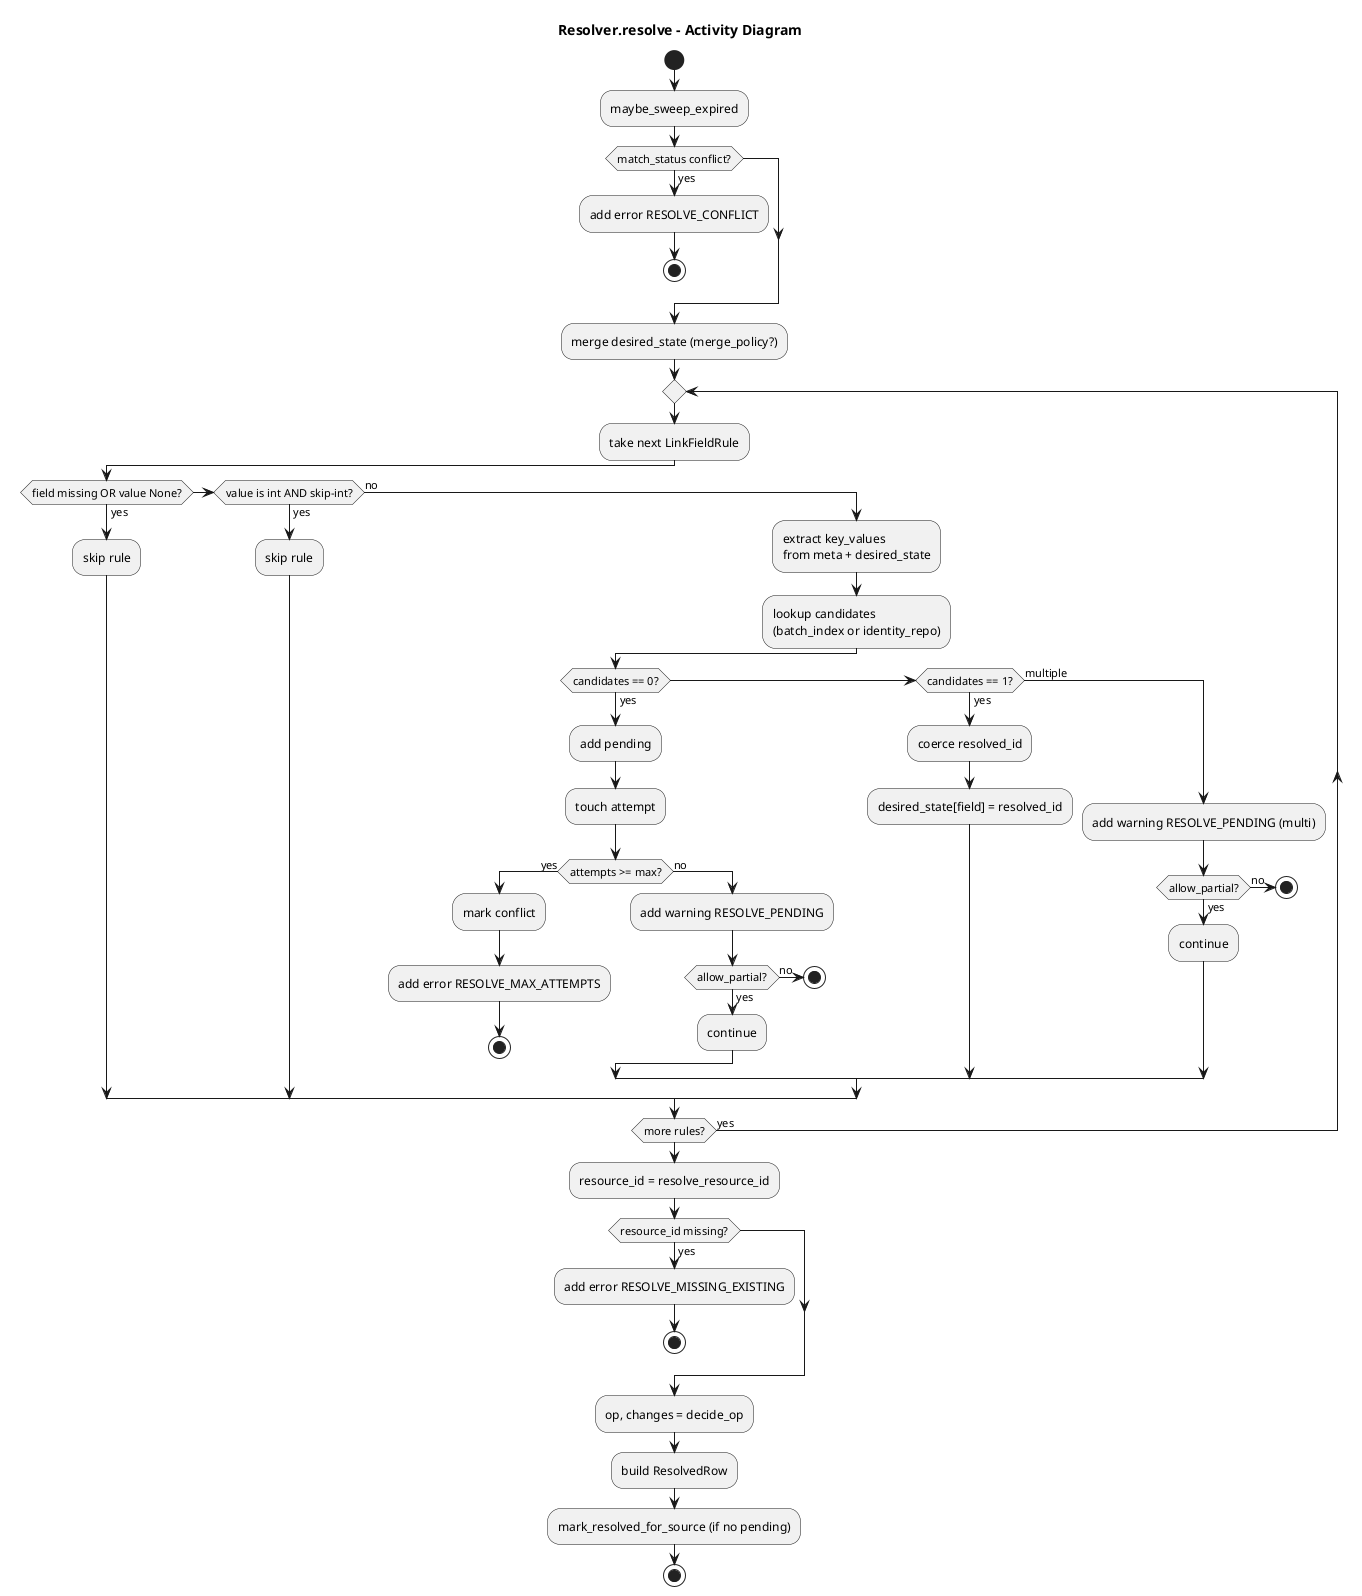
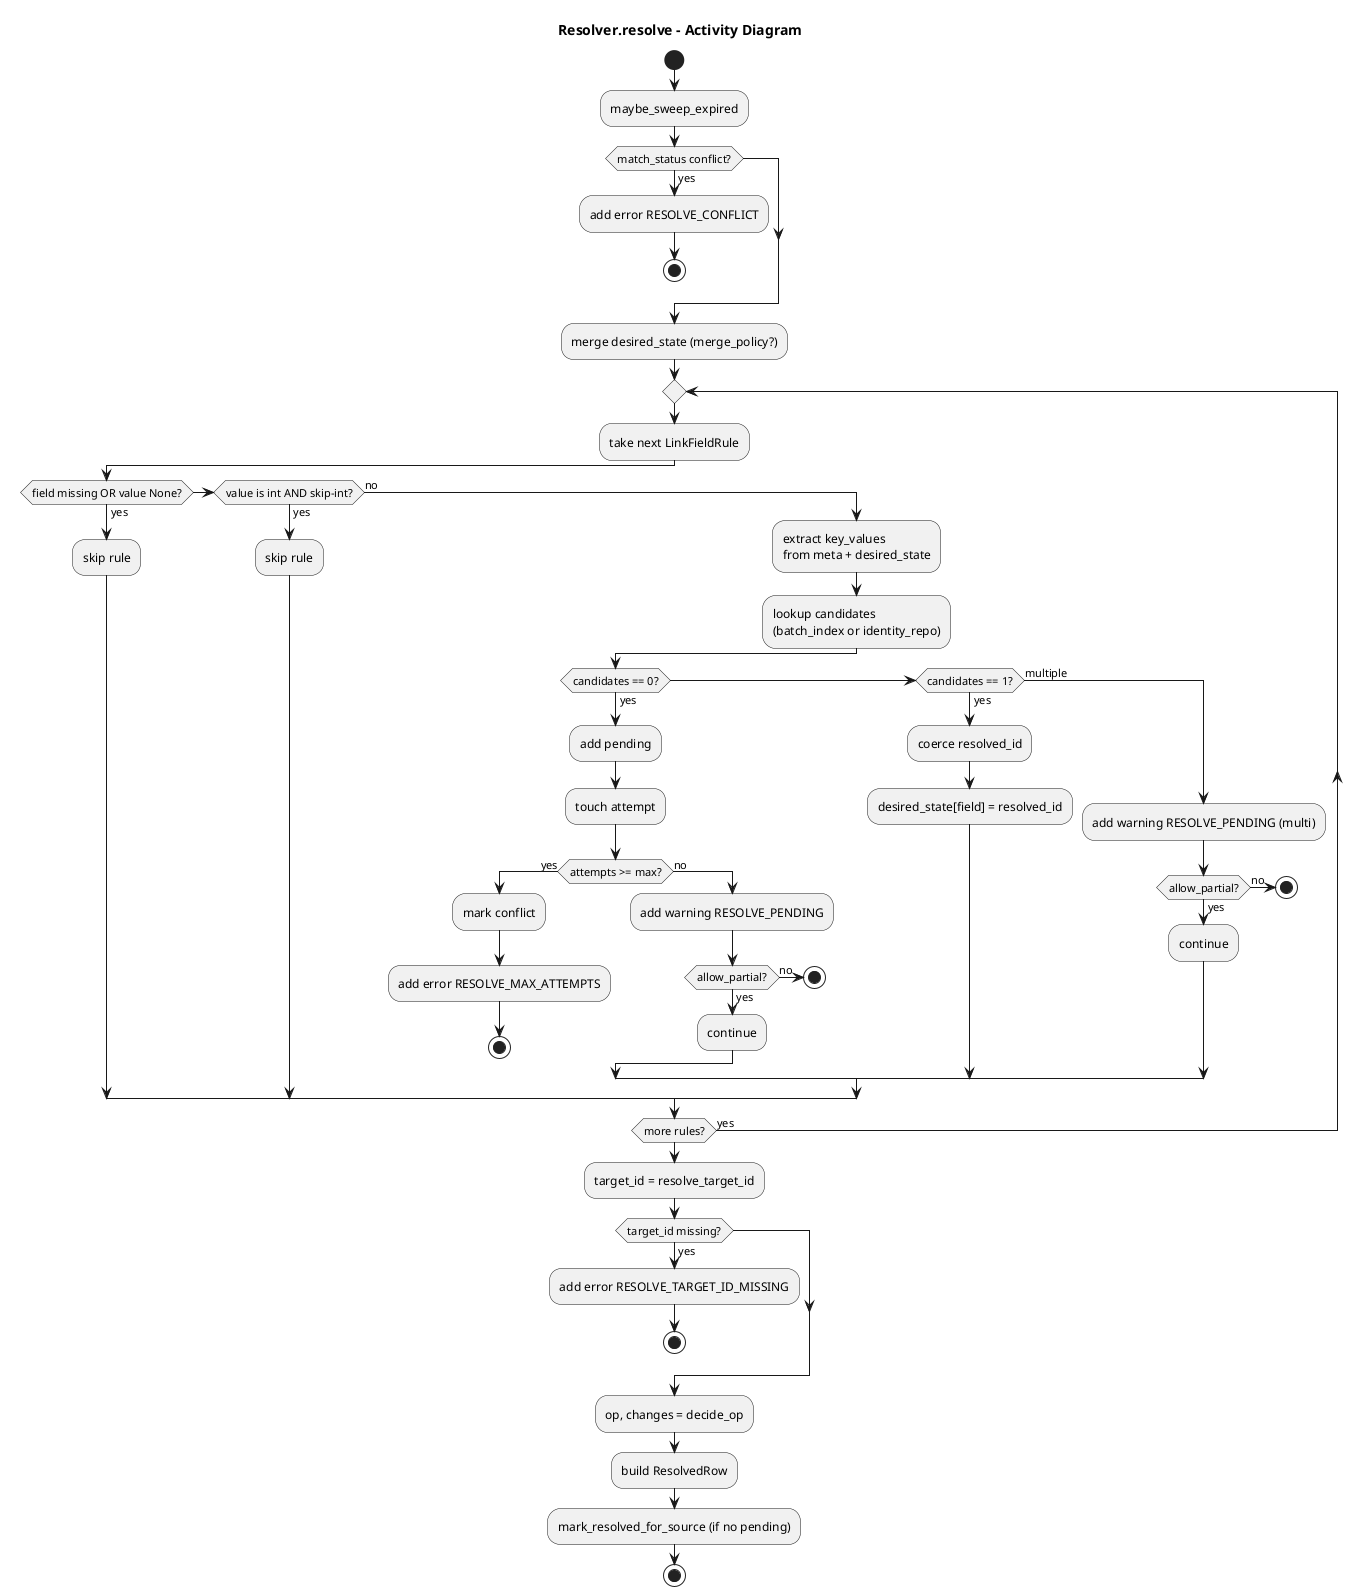
@startuml
title Resolver.resolve - Activity Diagram

start
:maybe_sweep_expired;

if (match_status conflict?) then (yes)
  :add error RESOLVE_CONFLICT;
  stop
endif

:merge desired_state (merge_policy?);

repeat
  :take next LinkFieldRule;
  if (field missing OR value None?) then (yes)
    :skip rule;
  elseif (value is int AND skip-int?) then (yes)
    :skip rule;
  else (no)
    :extract key_values
from meta + desired_state;
    :lookup candidates
(batch_index or identity_repo);
    if (candidates == 0?) then (yes)
      :add pending;
      :touch attempt;
      if (attempts >= max?) then (yes)
        :mark conflict;
        :add error RESOLVE_MAX_ATTEMPTS;
        stop
      else (no)
        :add warning RESOLVE_PENDING;
        if (allow_partial?) then (yes)
          :continue;
        else (no)
          stop
        endif
      endif
    elseif (candidates == 1?) then (yes)
      :coerce resolved_id;
      :desired_state[field] = resolved_id;
    else (multiple)
      :add warning RESOLVE_PENDING (multi);
      if (allow_partial?) then (yes)
        :continue;
      else (no)
        stop
      endif
    endif
  endif
repeat while (more rules?) is (yes)

- :resource_id = resolve_resource_id;
- if (resource_id missing?) then (yes)
-   :add error RESOLVE_MISSING_EXISTING;
+ :target_id = resolve_target_id;
+ if (target_id missing?) then (yes)
+   :add error RESOLVE_TARGET_ID_MISSING;
  stop
endif

:op, changes = decide_op;
:build ResolvedRow;
:mark_resolved_for_source (if no pending);
stop

@enduml
